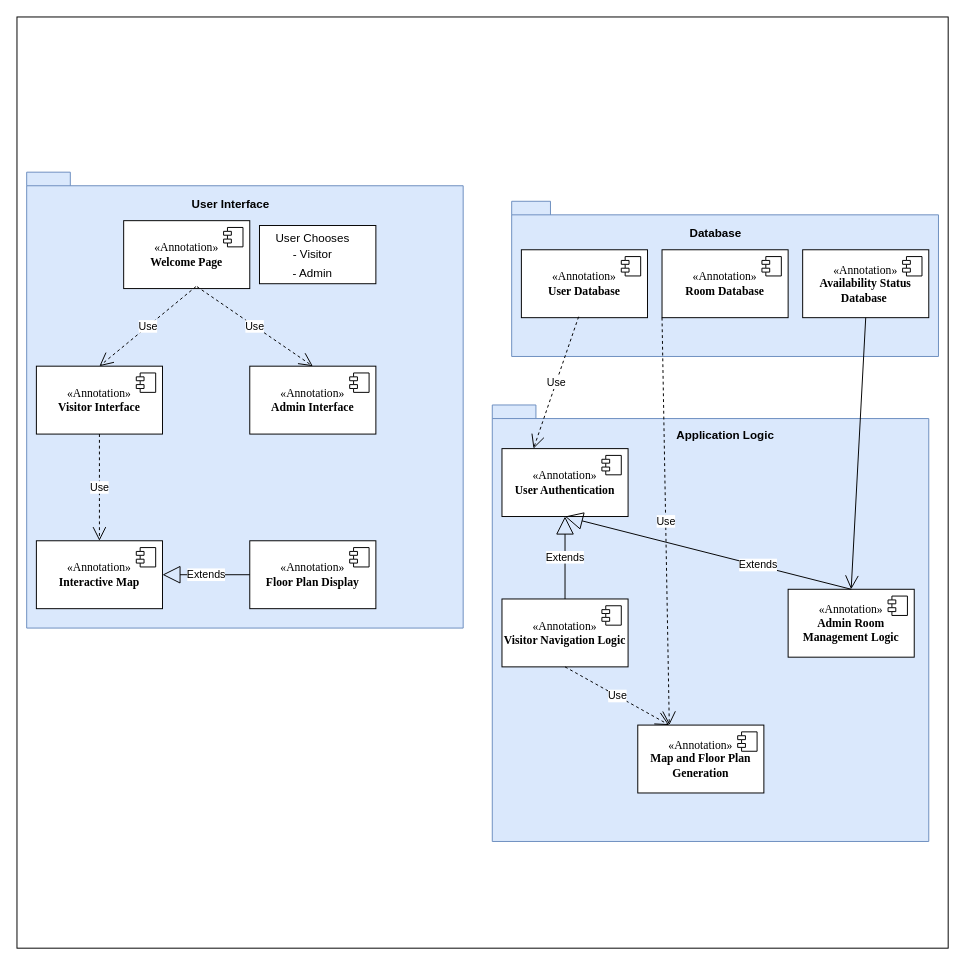
The draw.io diagram Detailed Component Diagram.drawio in TsiOnshime/diagrams, before the edit. Source tidied: cells renumbered, new cells numbered last; positions are measured from the earlier drawing's top-left corner, leaving out a move shared by most shapes. Both pictures are drawn from the tidied source at 97%, with x=0, y=0 at pixel (16, 16).
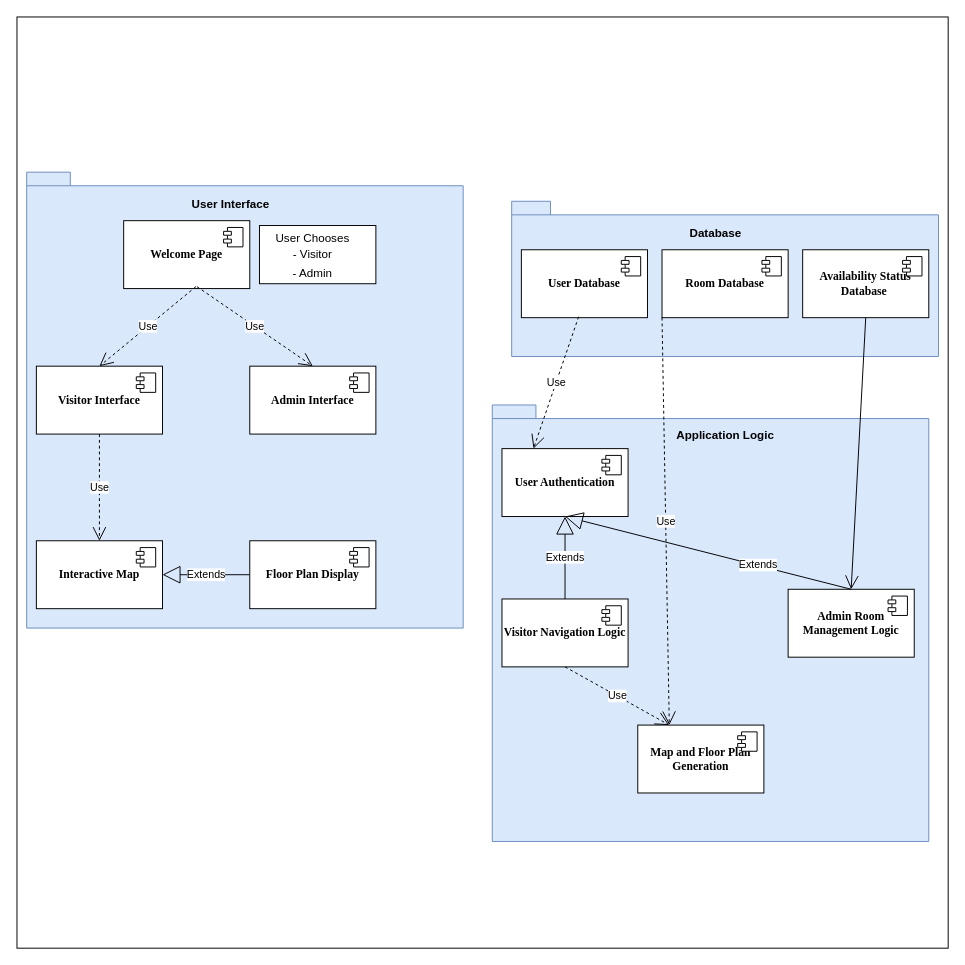
After the change.

Change to the diagram source:
```diff
@@
-    <mxCell id="4" value="«Annotation»&lt;br&gt;&lt;b&gt;Admin Interface&lt;/b&gt;" style="html=1;whiteSpace=wrap;fontFamily=Times New Roman;spacing=2;" parent="1" vertex="1">
+    <mxCell id="4" value="&lt;b&gt;Admin Interface&lt;/b&gt;" style="html=1;whiteSpace=wrap;fontFamily=Times New Roman;spacing=2;" parent="1" vertex="1">
       <mxGeometry x="240" y="360" width="130" height="70" as="geometry" />
     </mxCell>
@@
-    <mxCell id="6" value="«Annotation»&lt;br&gt;&lt;b&gt;Visitor Interface&lt;/b&gt;" style="html=1;whiteSpace=wrap;fontFamily=Times New Roman;spacing=2;" parent="1" vertex="1">
+    <mxCell id="6" value="&lt;b&gt;Visitor Interface&lt;/b&gt;" style="html=1;whiteSpace=wrap;fontFamily=Times New Roman;spacing=2;" parent="1" vertex="1">
       <mxGeometry x="20" y="360" width="130" height="70" as="geometry" />
     </mxCell>
@@
-    <mxCell id="8" value="«Annotation»&lt;br&gt;&lt;b&gt;Floor Plan Display&lt;/b&gt;" style="html=1;whiteSpace=wrap;fontFamily=Times New Roman;spacing=2;" parent="1" vertex="1">
+    <mxCell id="8" value="&lt;b&gt;Floor Plan Display&lt;/b&gt;" style="html=1;whiteSpace=wrap;fontFamily=Times New Roman;spacing=2;" parent="1" vertex="1">
       <mxGeometry x="240" y="540" width="130" height="70" as="geometry" />
     </mxCell>
@@
-    <mxCell id="10" value="«Annotation»&lt;br&gt;&lt;b&gt;Interactive Map&lt;/b&gt;" style="html=1;whiteSpace=wrap;fontFamily=Times New Roman;spacing=2;" parent="1" vertex="1">
+    <mxCell id="10" value="&lt;b&gt;Interactive Map&lt;/b&gt;" style="html=1;whiteSpace=wrap;fontFamily=Times New Roman;spacing=2;" parent="1" vertex="1">
       <mxGeometry x="20" y="540" width="130" height="70" as="geometry" />
     </mxCell>
@@
-    <mxCell id="12" value="«Annotation»&lt;br&gt;&lt;b&gt;Welcome Page&lt;/b&gt;" style="html=1;whiteSpace=wrap;fontFamily=Times New Roman;spacing=2;" parent="1" vertex="1">
+    <mxCell id="12" value="&lt;b&gt;Welcome Page&lt;/b&gt;" style="html=1;whiteSpace=wrap;fontFamily=Times New Roman;spacing=2;" parent="1" vertex="1">
       <mxGeometry x="110" y="210" width="130" height="70" as="geometry" />
     </mxCell>
@@
-    <mxCell id="23" value="«Annotation»&lt;br&gt;&lt;b&gt;User Database&lt;/b&gt;" style="html=1;whiteSpace=wrap;fontFamily=Times New Roman;spacing=2;" parent="1" vertex="1">
+    <mxCell id="23" value="&lt;b&gt;User Database&lt;/b&gt;" style="html=1;whiteSpace=wrap;fontFamily=Times New Roman;spacing=2;" parent="1" vertex="1">
       <mxGeometry x="520" y="240" width="130" height="70" as="geometry" />
     </mxCell>
@@
-    <mxCell id="25" value="«Annotation»&lt;br&gt;&lt;b&gt;Room Database&lt;/b&gt;" style="html=1;whiteSpace=wrap;fontFamily=Times New Roman;spacing=2;" parent="1" vertex="1">
+    <mxCell id="25" value="&lt;b&gt;Room Database&lt;/b&gt;" style="html=1;whiteSpace=wrap;fontFamily=Times New Roman;spacing=2;" parent="1" vertex="1">
       <mxGeometry x="665" y="240" width="130" height="70" as="geometry" />
     </mxCell>
@@
-    <mxCell id="27" value="«Annotation»&lt;br&gt;&lt;b&gt;Availability Status Database&amp;nbsp;&lt;/b&gt;" style="html=1;whiteSpace=wrap;fontFamily=Times New Roman;spacing=2;" parent="1" vertex="1">
+    <mxCell id="27" value="&lt;b&gt;Availability Status Database&amp;nbsp;&lt;/b&gt;" style="html=1;whiteSpace=wrap;fontFamily=Times New Roman;spacing=2;" parent="1" vertex="1">
       <mxGeometry x="810" y="240" width="130" height="70" as="geometry" />
     </mxCell>
@@
-    <mxCell id="30" value="«Annotation»&lt;br&gt;&lt;b&gt;User Authentication&lt;/b&gt;" style="html=1;whiteSpace=wrap;fontFamily=Times New Roman;spacing=2;" parent="1" vertex="1">
+    <mxCell id="30" value="&lt;b&gt;User Authentication&lt;/b&gt;" style="html=1;whiteSpace=wrap;fontFamily=Times New Roman;spacing=2;" parent="1" vertex="1">
       <mxGeometry x="500" y="445" width="130" height="70" as="geometry" />
     </mxCell>
@@
-    <mxCell id="32" value="«Annotation»&lt;br&gt;&lt;b&gt;Visitor Navigation Logic&lt;/b&gt;" style="html=1;whiteSpace=wrap;fontFamily=Times New Roman;spacing=2;" parent="1" vertex="1">
+    <mxCell id="32" value="&lt;b&gt;Visitor Navigation Logic&lt;/b&gt;" style="html=1;whiteSpace=wrap;fontFamily=Times New Roman;spacing=2;" parent="1" vertex="1">
       <mxGeometry x="500" y="600" width="130" height="70" as="geometry" />
     </mxCell>
@@
-    <mxCell id="34" value="«Annotation»&lt;br&gt;&lt;b&gt;Map and Floor Plan Generation&lt;/b&gt;" style="html=1;whiteSpace=wrap;fontFamily=Times New Roman;spacing=2;" parent="1" vertex="1">
+    <mxCell id="34" value="&lt;b&gt;Map and Floor Plan Generation&lt;/b&gt;" style="html=1;whiteSpace=wrap;fontFamily=Times New Roman;spacing=2;" parent="1" vertex="1">
       <mxGeometry x="640" y="730" width="130" height="70" as="geometry" />
     </mxCell>
@@
-    <mxCell id="36" value="«Annotation»&lt;br&gt;&lt;b&gt;Admin Room Management Logic&lt;/b&gt;" style="html=1;whiteSpace=wrap;fontFamily=Times New Roman;spacing=2;" parent="1" vertex="1">
+    <mxCell id="36" value="&lt;b&gt;Admin Room Management Logic&lt;/b&gt;" style="html=1;whiteSpace=wrap;fontFamily=Times New Roman;spacing=2;" parent="1" vertex="1">
       <mxGeometry x="795" y="590" width="130" height="70" as="geometry" />
     </mxCell>
```
